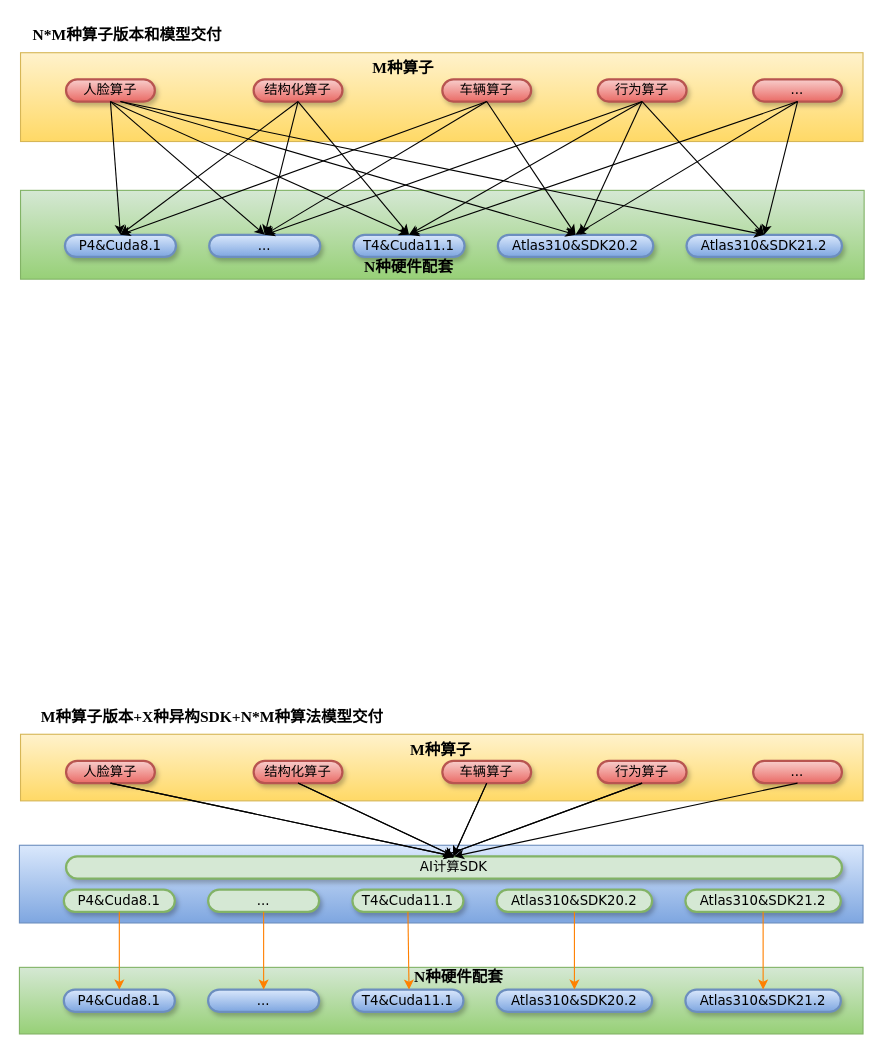
The draw.io diagram zhuanxiang_1.drawio in snowolfhawk/ceph-scripts, before the edit. Source tidied: cells renumbered, new cells numbered last; positions are measured from the earlier drawing's top-left corner, leaving out a move shared by most shapes. Both pictures are drawn from the tidied source at 111%, with x=0, y=0 at pixel (19, 19).
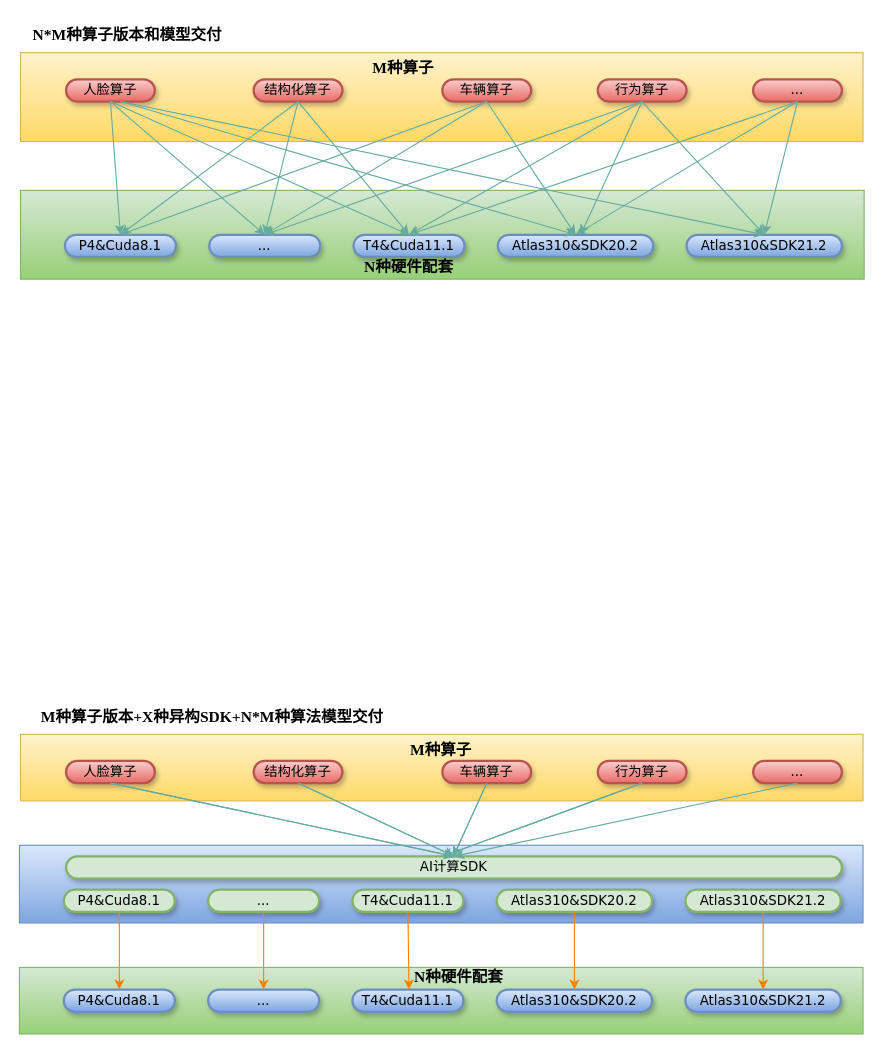
Above is the later version.

The change refers to these unchanged cells:
```xml
<mxCell id="4" value="人脸算子" style="whiteSpace=wrap;html=1;rounded=1;shadow=1;comic=0;labelBackgroundColor=none;strokeWidth=2;fontFamily=Verdana;fontSize=12;align=center;arcSize=50;fillColor=#f8cecc;gradientColor=#ea6b66;strokeColor=#b85450;" parent="1" vertex="1">
  <mxGeometry x="42" y="668" width="80" height="20" as="geometry" />
</mxCell>
<mxCell id="5" value="结构化算子" style="whiteSpace=wrap;html=1;rounded=1;shadow=1;comic=0;labelBackgroundColor=none;strokeWidth=2;fontFamily=Verdana;fontSize=12;align=center;arcSize=50;fillColor=#f8cecc;gradientColor=#ea6b66;strokeColor=#b85450;" parent="1" vertex="1">
  <mxGeometry x="211" y="668" width="80" height="20" as="geometry" />
</mxCell>
<mxCell id="6" value="车辆算子" style="whiteSpace=wrap;html=1;rounded=1;shadow=1;comic=0;labelBackgroundColor=none;strokeWidth=2;fontFamily=Verdana;fontSize=12;align=center;arcSize=50;fillColor=#f8cecc;gradientColor=#ea6b66;strokeColor=#b85450;" parent="1" vertex="1">
  <mxGeometry x="381" y="668" width="80" height="20" as="geometry" />
</mxCell>
<mxCell id="7" value="行为算子" style="whiteSpace=wrap;html=1;rounded=1;shadow=1;comic=0;labelBackgroundColor=none;strokeWidth=2;fontFamily=Verdana;fontSize=12;align=center;arcSize=50;fillColor=#f8cecc;gradientColor=#ea6b66;strokeColor=#b85450;" parent="1" vertex="1">
  <mxGeometry x="521" y="668" width="80" height="20" as="geometry" />
</mxCell>
<mxCell id="8" value="..." style="whiteSpace=wrap;html=1;rounded=1;shadow=1;comic=0;labelBackgroundColor=none;strokeWidth=2;fontFamily=Verdana;fontSize=12;align=center;arcSize=50;fillColor=#f8cecc;gradientColor=#ea6b66;strokeColor=#b85450;" parent="1" vertex="1">
  <mxGeometry x="661" y="668" width="80" height="20" as="geometry" />
</mxCell>
<mxCell id="23" value="AI计算SDK" style="whiteSpace=wrap;html=1;rounded=1;shadow=1;comic=0;labelBackgroundColor=none;strokeWidth=2;fontFamily=Verdana;fontSize=12;align=center;arcSize=50;fillColor=#d5e8d4;strokeColor=#82b366;" parent="1" vertex="1">
  <mxGeometry x="42" y="754" width="699" height="20" as="geometry" />
</mxCell>
<mxCell id="40" value="人脸算子" style="whiteSpace=wrap;html=1;rounded=1;shadow=1;comic=0;labelBackgroundColor=none;strokeWidth=2;fontFamily=Verdana;fontSize=12;align=center;arcSize=50;fillColor=#f8cecc;gradientColor=#ea6b66;strokeColor=#b85450;" parent="1" vertex="1">
  <mxGeometry x="42" y="54" width="80" height="20" as="geometry" />
</mxCell>
<mxCell id="41" value="结构化算子" style="whiteSpace=wrap;html=1;rounded=1;shadow=1;comic=0;labelBackgroundColor=none;strokeWidth=2;fontFamily=Verdana;fontSize=12;align=center;arcSize=50;fillColor=#f8cecc;gradientColor=#ea6b66;strokeColor=#b85450;" parent="1" vertex="1">
  <mxGeometry x="211" y="54" width="80" height="20" as="geometry" />
</mxCell>
<mxCell id="42" value="车辆算子" style="whiteSpace=wrap;html=1;rounded=1;shadow=1;comic=0;labelBackgroundColor=none;strokeWidth=2;fontFamily=Verdana;fontSize=12;align=center;arcSize=50;fillColor=#f8cecc;gradientColor=#ea6b66;strokeColor=#b85450;" parent="1" vertex="1">
  <mxGeometry x="381" y="54" width="80" height="20" as="geometry" />
</mxCell>
<mxCell id="43" value="行为算子" style="whiteSpace=wrap;html=1;rounded=1;shadow=1;comic=0;labelBackgroundColor=none;strokeWidth=2;fontFamily=Verdana;fontSize=12;align=center;arcSize=50;fillColor=#f8cecc;gradientColor=#ea6b66;strokeColor=#b85450;" parent="1" vertex="1">
  <mxGeometry x="521" y="54" width="80" height="20" as="geometry" />
</mxCell>
<mxCell id="44" value="..." style="whiteSpace=wrap;html=1;rounded=1;shadow=1;comic=0;labelBackgroundColor=none;strokeWidth=2;fontFamily=Verdana;fontSize=12;align=center;arcSize=50;fillColor=#f8cecc;gradientColor=#ea6b66;strokeColor=#b85450;" parent="1" vertex="1">
  <mxGeometry x="661" y="54" width="80" height="20" as="geometry" />
</mxCell>
<mxCell id="45" value="P4&amp;amp;Cuda8.1" style="whiteSpace=wrap;html=1;rounded=1;shadow=1;comic=0;labelBackgroundColor=none;strokeWidth=2;fontFamily=Verdana;fontSize=12;align=center;arcSize=50;fillColor=#dae8fc;gradientColor=#7ea6e0;strokeColor=#6c8ebf;" parent="1" vertex="1">
  <mxGeometry x="41" y="194" width="100" height="20" as="geometry" />
</mxCell>
<mxCell id="46" value="..." style="whiteSpace=wrap;html=1;rounded=1;shadow=1;comic=0;labelBackgroundColor=none;strokeWidth=2;fontFamily=Verdana;fontSize=12;align=center;arcSize=50;fillColor=#dae8fc;gradientColor=#7ea6e0;strokeColor=#6c8ebf;" parent="1" vertex="1">
  <mxGeometry x="171" y="194" width="100" height="20" as="geometry" />
</mxCell>
<mxCell id="47" value="T4&amp;amp;Cuda11.1" style="whiteSpace=wrap;html=1;rounded=1;shadow=1;comic=0;labelBackgroundColor=none;strokeWidth=2;fontFamily=Verdana;fontSize=12;align=center;arcSize=50;fillColor=#dae8fc;gradientColor=#7ea6e0;strokeColor=#6c8ebf;" parent="1" vertex="1">
  <mxGeometry x="301" y="194" width="100" height="20" as="geometry" />
</mxCell>
<mxCell id="48" value="Atlas310&amp;amp;SDK20.2" style="whiteSpace=wrap;html=1;rounded=1;shadow=1;comic=0;labelBackgroundColor=none;strokeWidth=2;fontFamily=Verdana;fontSize=12;align=center;arcSize=50;fillColor=#dae8fc;gradientColor=#7ea6e0;strokeColor=#6c8ebf;" parent="1" vertex="1">
  <mxGeometry x="431" y="194" width="140" height="20" as="geometry" />
</mxCell>
<mxCell id="49" value="Atlas310&amp;amp;SDK21.2" style="whiteSpace=wrap;html=1;rounded=1;shadow=1;comic=0;labelBackgroundColor=none;strokeWidth=2;fontFamily=Verdana;fontSize=12;align=center;arcSize=50;fillColor=#dae8fc;gradientColor=#7ea6e0;strokeColor=#6c8ebf;" parent="1" vertex="1">
  <mxGeometry x="601" y="194" width="140" height="20" as="geometry" />
</mxCell>
```

What changed in the source:
```diff
@@
-    <mxCell id="24" style="endArrow=classic;html=1;rounded=0;fontFamily=Times New Roman;fontSize=14;fontColor=#FF0000;exitX=0.5;exitY=1;exitDx=0;exitDy=0;entryX=0.5;entryY=0;entryDx=0;entryDy=0;" parent="1" edge="1" source="4" target="23">
+    <mxCell id="24" style="endArrow=classic;html=1;rounded=0;fontFamily=Times New Roman;fontSize=14;fontColor=#FF0000;exitX=0.5;exitY=1;exitDx=0;exitDy=0;entryX=0.5;entryY=0;entryDx=0;entryDy=0;strokeColor=#67AB9F;" parent="1" edge="1" source="4" target="23">
       <mxGeometry relative="1" as="geometry" />
     </mxCell>
-    <mxCell id="25" style="endArrow=classic;html=1;rounded=0;fontFamily=Times New Roman;fontSize=14;fontColor=#FF0000;exitX=0.5;exitY=1;exitDx=0;exitDy=0;entryX=0.5;entryY=0;entryDx=0;entryDy=0;" parent="1" edge="1" source="5" target="23">
+    <mxCell id="25" style="endArrow=classic;html=1;rounded=0;fontFamily=Times New Roman;fontSize=14;fontColor=#FF0000;exitX=0.5;exitY=1;exitDx=0;exitDy=0;entryX=0.5;entryY=0;entryDx=0;entryDy=0;strokeColor=#67AB9F;" parent="1" edge="1" source="5" target="23">
       <mxGeometry relative="1" as="geometry" />
     </mxCell>
-    <mxCell id="26" style="endArrow=classic;html=1;rounded=0;fontFamily=Times New Roman;fontSize=14;fontColor=#FF0000;exitX=0.5;exitY=1;exitDx=0;exitDy=0;" parent="1" edge="1" source="6">
+    <mxCell id="26" style="endArrow=classic;html=1;rounded=0;fontFamily=Times New Roman;fontSize=14;fontColor=#FF0000;exitX=0.5;exitY=1;exitDx=0;exitDy=0;strokeColor=#67AB9F;" parent="1" edge="1" source="6">
       <mxGeometry relative="1" as="geometry">
         <mxPoint x="391" y="754" as="targetPoint" />
       </mxGeometry>
     </mxCell>
-    <mxCell id="27" style="endArrow=classic;html=1;rounded=0;fontFamily=Times New Roman;fontSize=14;fontColor=#FF0000;exitX=0.5;exitY=1;exitDx=0;exitDy=0;" parent="1" edge="1" source="7">
+    <mxCell id="27" style="endArrow=classic;html=1;rounded=0;fontFamily=Times New Roman;fontSize=14;fontColor=#FF0000;exitX=0.5;exitY=1;exitDx=0;exitDy=0;strokeColor=#67AB9F;" parent="1" edge="1" source="7">
       <mxGeometry relative="1" as="geometry">
         <mxPoint x="381" y="754" as="targetPoint" />
       </mxGeometry>
     </mxCell>
-    <mxCell id="28" style="endArrow=classic;html=1;rounded=0;fontFamily=Times New Roman;fontSize=14;fontColor=#FF0000;exitX=0.5;exitY=1;exitDx=0;exitDy=0;entryX=0.5;entryY=0;entryDx=0;entryDy=0;" parent="1" edge="1" source="8" target="23">
+    <mxCell id="28" style="endArrow=classic;html=1;rounded=0;fontFamily=Times New Roman;fontSize=14;fontColor=#FF0000;exitX=0.5;exitY=1;exitDx=0;exitDy=0;entryX=0.5;entryY=0;entryDx=0;entryDy=0;strokeColor=#67AB9F;" parent="1" edge="1" source="8" target="23">
       <mxGeometry relative="1" as="geometry" />
     </mxCell>
@@
-    <mxCell id="34" style="endArrow=classic;html=1;rounded=0;fontFamily=Times New Roman;fontSize=14;fontColor=#FF0000;exitX=0.5;exitY=1;exitDx=0;exitDy=0;entryX=0.5;entryY=0;entryDx=0;entryDy=0;" parent="1" edge="1">
+    <mxCell id="34" style="endArrow=classic;html=1;rounded=0;fontFamily=Times New Roman;fontSize=14;fontColor=#FF0000;exitX=0.5;exitY=1;exitDx=0;exitDy=0;entryX=0.5;entryY=0;entryDx=0;entryDy=0;strokeColor=#67AB9F;" parent="1" edge="1">
       <mxGeometry relative="1" as="geometry">
         <mxPoint x="82" y="688" as="sourcePoint" />
         <mxPoint x="391.5" y="754" as="targetPoint" />
       </mxGeometry>
     </mxCell>
-    <mxCell id="35" style="endArrow=classic;html=1;rounded=0;fontFamily=Times New Roman;fontSize=14;fontColor=#FF0000;exitX=0.5;exitY=1;exitDx=0;exitDy=0;entryX=0.5;entryY=0;entryDx=0;entryDy=0;" parent="1" edge="1">
+    <mxCell id="35" style="endArrow=classic;html=1;rounded=0;fontFamily=Times New Roman;fontSize=14;fontColor=#FF0000;exitX=0.5;exitY=1;exitDx=0;exitDy=0;entryX=0.5;entryY=0;entryDx=0;entryDy=0;strokeColor=#67AB9F;" parent="1" edge="1">
       <mxGeometry relative="1" as="geometry">
         <mxPoint x="251" y="688" as="sourcePoint" />
         <mxPoint x="391.5" y="754" as="targetPoint" />
       </mxGeometry>
     </mxCell>
-    <mxCell id="36" style="endArrow=classic;html=1;rounded=0;fontFamily=Times New Roman;fontSize=14;fontColor=#FF0000;exitX=0.5;exitY=1;exitDx=0;exitDy=0;" parent="1" edge="1">
+    <mxCell id="36" style="endArrow=classic;html=1;rounded=0;fontFamily=Times New Roman;fontSize=14;fontColor=#FF0000;exitX=0.5;exitY=1;exitDx=0;exitDy=0;strokeColor=#67AB9F;" parent="1" edge="1">
       <mxGeometry relative="1" as="geometry">
         <mxPoint x="421" y="688" as="sourcePoint" />
         <mxPoint x="391" y="754" as="targetPoint" />
       </mxGeometry>
     </mxCell>
-    <mxCell id="37" style="endArrow=classic;html=1;rounded=0;fontFamily=Times New Roman;fontSize=14;fontColor=#FF0000;exitX=0.5;exitY=1;exitDx=0;exitDy=0;" parent="1" edge="1">
+    <mxCell id="37" style="endArrow=classic;html=1;rounded=0;fontFamily=Times New Roman;fontSize=14;fontColor=#FF0000;exitX=0.5;exitY=1;exitDx=0;exitDy=0;strokeColor=#67AB9F;" parent="1" edge="1">
       <mxGeometry relative="1" as="geometry">
         <mxPoint x="561" y="688" as="sourcePoint" />
         <mxPoint x="381" y="754" as="targetPoint" />
       </mxGeometry>
     </mxCell>
@@
-    <mxCell id="50" style="endArrow=classic;html=1;rounded=0;entryX=0.5;entryY=0;entryDx=0;entryDy=0;exitX=0.5;exitY=1;exitDx=0;exitDy=0;" parent="1" edge="1" source="40" target="46">
+    <mxCell id="50" style="endArrow=classic;html=1;rounded=0;entryX=0.5;entryY=0;entryDx=0;entryDy=0;exitX=0.5;exitY=1;exitDx=0;exitDy=0;strokeWidth=1;sketch=0;shadow=0;strokeColor=#67AB9F;" parent="1" edge="1" source="40" target="46">
       <mxGeometry relative="1" as="geometry" />
     </mxCell>
-    <mxCell id="51" style="endArrow=classic;html=1;rounded=0;exitX=0.5;exitY=1;exitDx=0;exitDy=0;entryX=0.5;entryY=0;entryDx=0;entryDy=0;" parent="1" edge="1" source="40" target="47">
+    <mxCell id="51" style="endArrow=classic;html=1;rounded=0;exitX=0.5;exitY=1;exitDx=0;exitDy=0;entryX=0.5;entryY=0;entryDx=0;entryDy=0;strokeWidth=1;sketch=0;shadow=0;strokeColor=#67AB9F;" parent="1" edge="1" source="40" target="47">
       <mxGeometry relative="1" as="geometry" />
     </mxCell>
-    <mxCell id="52" style="endArrow=classic;html=1;rounded=0;entryX=0.5;entryY=0;entryDx=0;entryDy=0;" parent="1" edge="1" target="48">
+    <mxCell id="52" style="endArrow=classic;html=1;rounded=0;entryX=0.5;entryY=0;entryDx=0;entryDy=0;strokeWidth=1;sketch=0;shadow=0;strokeColor=#67AB9F;" parent="1" edge="1" target="48">
       <mxGeometry relative="1" as="geometry">
         <mxPoint x="91" y="74" as="sourcePoint" />
       </mxGeometry>
     </mxCell>
-    <mxCell id="53" style="endArrow=classic;html=1;rounded=0;entryX=0.5;entryY=0;entryDx=0;entryDy=0;" parent="1" edge="1" target="49">
+    <mxCell id="53" style="endArrow=classic;html=1;rounded=0;entryX=0.5;entryY=0;entryDx=0;entryDy=0;strokeWidth=1;sketch=0;shadow=0;strokeColor=#67AB9F;" parent="1" edge="1" target="49">
       <mxGeometry relative="1" as="geometry">
         <mxPoint x="91" y="74" as="sourcePoint" />
       </mxGeometry>
     </mxCell>
-    <mxCell id="54" style="endArrow=classic;html=1;rounded=0;exitX=0.5;exitY=1;exitDx=0;exitDy=0;entryX=0.5;entryY=0;entryDx=0;entryDy=0;" parent="1" edge="1" source="40" target="45">
+    <mxCell id="54" style="endArrow=classic;html=1;rounded=0;exitX=0.5;exitY=1;exitDx=0;exitDy=0;entryX=0.5;entryY=0;entryDx=0;entryDy=0;strokeWidth=1;sketch=0;shadow=0;strokeColor=#67AB9F;" parent="1" edge="1" source="40" target="45">
       <mxGeometry relative="1" as="geometry" />
     </mxCell>
-    <mxCell id="55" style="endArrow=classic;html=1;rounded=0;exitX=0.5;exitY=1;exitDx=0;exitDy=0;entryX=0.5;entryY=0;entryDx=0;entryDy=0;" parent="1" edge="1" source="41" target="45">
+    <mxCell id="55" style="endArrow=classic;html=1;rounded=0;exitX=0.5;exitY=1;exitDx=0;exitDy=0;entryX=0.5;entryY=0;entryDx=0;entryDy=0;strokeWidth=1;sketch=0;shadow=0;strokeColor=#67AB9F;" parent="1" edge="1" source="41" target="45">
       <mxGeometry relative="1" as="geometry" />
     </mxCell>
-    <mxCell id="56" style="endArrow=classic;html=1;rounded=0;exitX=0.5;exitY=1;exitDx=0;exitDy=0;" parent="1" edge="1" source="42">
+    <mxCell id="56" style="endArrow=classic;html=1;rounded=0;exitX=0.5;exitY=1;exitDx=0;exitDy=0;strokeWidth=1;sketch=0;shadow=0;strokeColor=#67AB9F;" parent="1" edge="1" source="42">
       <mxGeometry relative="1" as="geometry">
         <mxPoint x="91" y="194" as="targetPoint" />
       </mxGeometry>
     </mxCell>
-    <mxCell id="57" style="endArrow=classic;html=1;rounded=0;exitX=0.5;exitY=1;exitDx=0;exitDy=0;entryX=0.5;entryY=0;entryDx=0;entryDy=0;" parent="1" edge="1" source="42" target="46">
+    <mxCell id="57" style="endArrow=classic;html=1;rounded=0;exitX=0.5;exitY=1;exitDx=0;exitDy=0;entryX=0.5;entryY=0;entryDx=0;entryDy=0;strokeWidth=1;sketch=0;shadow=0;strokeColor=#67AB9F;" parent="1" edge="1" source="42" target="46">
       <mxGeometry relative="1" as="geometry" />
     </mxCell>
-    <mxCell id="58" style="endArrow=classic;html=1;rounded=0;exitX=0.5;exitY=1;exitDx=0;exitDy=0;entryX=0.5;entryY=0;entryDx=0;entryDy=0;" parent="1" edge="1" source="43" target="47">
+    <mxCell id="58" style="endArrow=classic;html=1;rounded=0;exitX=0.5;exitY=1;exitDx=0;exitDy=0;entryX=0.5;entryY=0;entryDx=0;entryDy=0;strokeWidth=1;sketch=0;shadow=0;strokeColor=#67AB9F;" parent="1" edge="1" source="43" target="47">
       <mxGeometry relative="1" as="geometry" />
     </mxCell>
-    <mxCell id="59" style="endArrow=classic;html=1;rounded=0;exitX=0.5;exitY=1;exitDx=0;exitDy=0;entryX=0.5;entryY=0;entryDx=0;entryDy=0;" parent="1" edge="1" source="44" target="48">
+    <mxCell id="59" style="endArrow=classic;html=1;rounded=0;exitX=0.5;exitY=1;exitDx=0;exitDy=0;entryX=0.5;entryY=0;entryDx=0;entryDy=0;strokeWidth=1;sketch=0;shadow=0;strokeColor=#67AB9F;" parent="1" edge="1" source="44" target="48">
       <mxGeometry relative="1" as="geometry" />
     </mxCell>
-    <mxCell id="60" style="endArrow=classic;html=1;rounded=0;entryX=0.5;entryY=0;entryDx=0;entryDy=0;" parent="1" edge="1" target="49">
+    <mxCell id="60" style="endArrow=classic;html=1;rounded=0;entryX=0.5;entryY=0;entryDx=0;entryDy=0;strokeWidth=1;sketch=0;shadow=0;strokeColor=#67AB9F;" parent="1" edge="1" target="49">
       <mxGeometry relative="1" as="geometry">
         <mxPoint x="561" y="74" as="sourcePoint" />
       </mxGeometry>
     </mxCell>
-    <mxCell id="61" style="endArrow=classic;html=1;rounded=0;" parent="1" edge="1" target="48">
+    <mxCell id="61" style="endArrow=classic;html=1;rounded=0;strokeWidth=1;sketch=0;shadow=0;strokeColor=#67AB9F;" parent="1" edge="1" target="48">
       <mxGeometry relative="1" as="geometry">
         <mxPoint x="561" y="74" as="sourcePoint" />
       </mxGeometry>
     </mxCell>
-    <mxCell id="62" style="endArrow=classic;html=1;rounded=0;exitX=0.5;exitY=1;exitDx=0;exitDy=0;entryX=0.5;entryY=0;entryDx=0;entryDy=0;" parent="1" edge="1" source="44" target="49">
+    <mxCell id="62" style="endArrow=classic;html=1;rounded=0;exitX=0.5;exitY=1;exitDx=0;exitDy=0;entryX=0.5;entryY=0;entryDx=0;entryDy=0;strokeWidth=1;sketch=0;shadow=0;strokeColor=#67AB9F;" parent="1" edge="1" source="44" target="49">
       <mxGeometry relative="1" as="geometry" />
     </mxCell>
-    <mxCell id="63" style="endArrow=classic;html=1;rounded=0;exitX=0.5;exitY=1;exitDx=0;exitDy=0;" parent="1" edge="1" source="42">
+    <mxCell id="63" style="endArrow=classic;html=1;rounded=0;exitX=0.5;exitY=1;exitDx=0;exitDy=0;strokeWidth=1;sketch=0;shadow=0;strokeColor=#67AB9F;" parent="1" edge="1" source="42">
       <mxGeometry relative="1" as="geometry">
         <mxPoint x="501" y="194" as="targetPoint" />
       </mxGeometry>
     </mxCell>
-    <mxCell id="64" style="endArrow=classic;html=1;rounded=0;" parent="1" edge="1">
+    <mxCell id="64" style="endArrow=classic;html=1;rounded=0;strokeWidth=1;sketch=0;shadow=0;strokeColor=#67AB9F;" parent="1" edge="1">
       <mxGeometry relative="1" as="geometry">
         <mxPoint x="251" y="74" as="sourcePoint" />
         <mxPoint x="351" y="194" as="targetPoint" />
       </mxGeometry>
     </mxCell>
-    <mxCell id="65" style="endArrow=classic;html=1;rounded=0;exitX=0.5;exitY=1;exitDx=0;exitDy=0;entryX=0.5;entryY=0;entryDx=0;entryDy=0;" parent="1" edge="1" source="41" target="46">
+    <mxCell id="65" style="endArrow=classic;html=1;rounded=0;exitX=0.5;exitY=1;exitDx=0;exitDy=0;entryX=0.5;entryY=0;entryDx=0;entryDy=0;strokeWidth=1;sketch=0;shadow=0;strokeColor=#67AB9F;" parent="1" edge="1" source="41" target="46">
       <mxGeometry relative="1" as="geometry" />
     </mxCell>
-    <mxCell id="66" style="endArrow=classic;html=1;rounded=0;entryX=0.5;entryY=0;entryDx=0;entryDy=0;" parent="1" edge="1" target="46">
+    <mxCell id="66" style="endArrow=classic;html=1;rounded=0;entryX=0.5;entryY=0;entryDx=0;entryDy=0;strokeWidth=1;sketch=0;shadow=0;strokeColor=#67AB9F;" parent="1" edge="1" target="46">
       <mxGeometry relative="1" as="geometry">
         <mxPoint x="561" y="74" as="sourcePoint" />
       </mxGeometry>
     </mxCell>
-    <mxCell id="67" style="endArrow=classic;html=1;rounded=0;exitX=0.5;exitY=1;exitDx=0;exitDy=0;" parent="1" edge="1" source="44">
+    <mxCell id="67" style="endArrow=classic;html=1;rounded=0;exitX=0.5;exitY=1;exitDx=0;exitDy=0;strokeWidth=1;sketch=0;shadow=0;strokeColor=#67AB9F;" parent="1" edge="1" source="44">
       <mxGeometry relative="1" as="geometry">
         <mxPoint x="351" y="194" as="targetPoint" />
       </mxGeometry>
     </mxCell>
```
